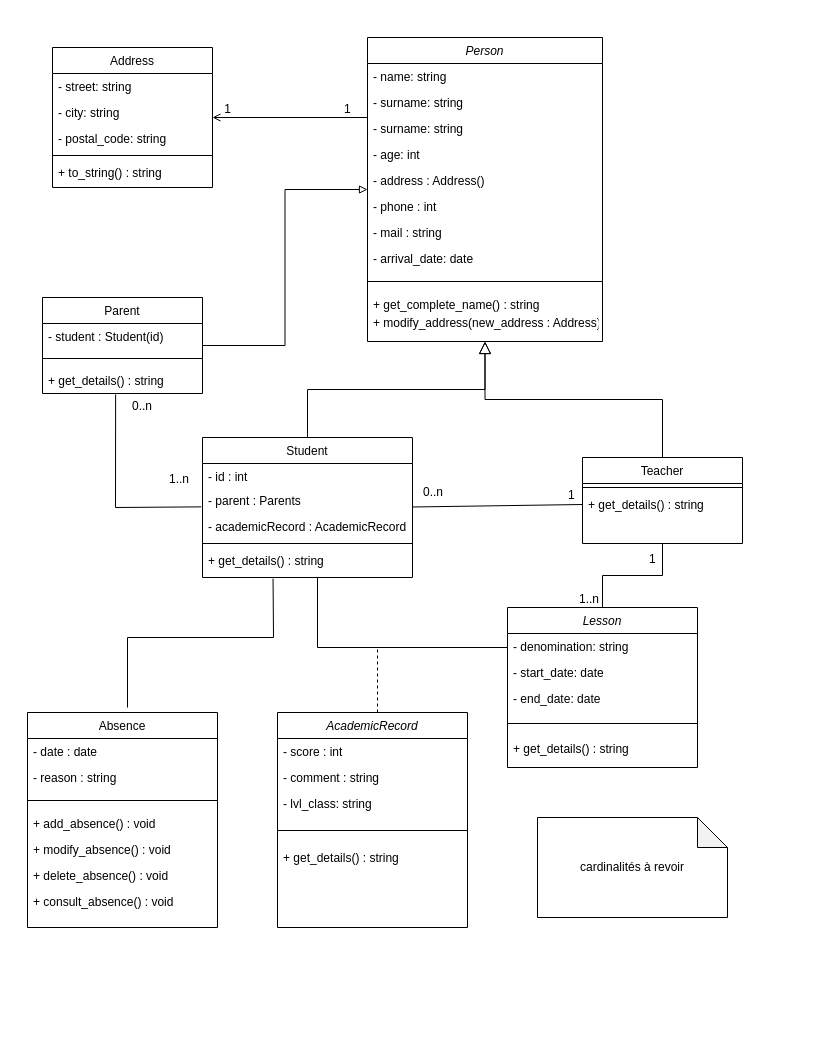
Before: doc/diagrammeClasse.drawio in MelissaHOA/EXO_Gestion_Ecole, a draw.io diagram. Source tidied: cells renumbered, new cells numbered last; positions are measured from the earlier drawing's top-left corner, leaving out a move shared by most shapes. Both pictures are drawn from the tidied source at 100%, with x=0, y=0 at pixel (27, 37).
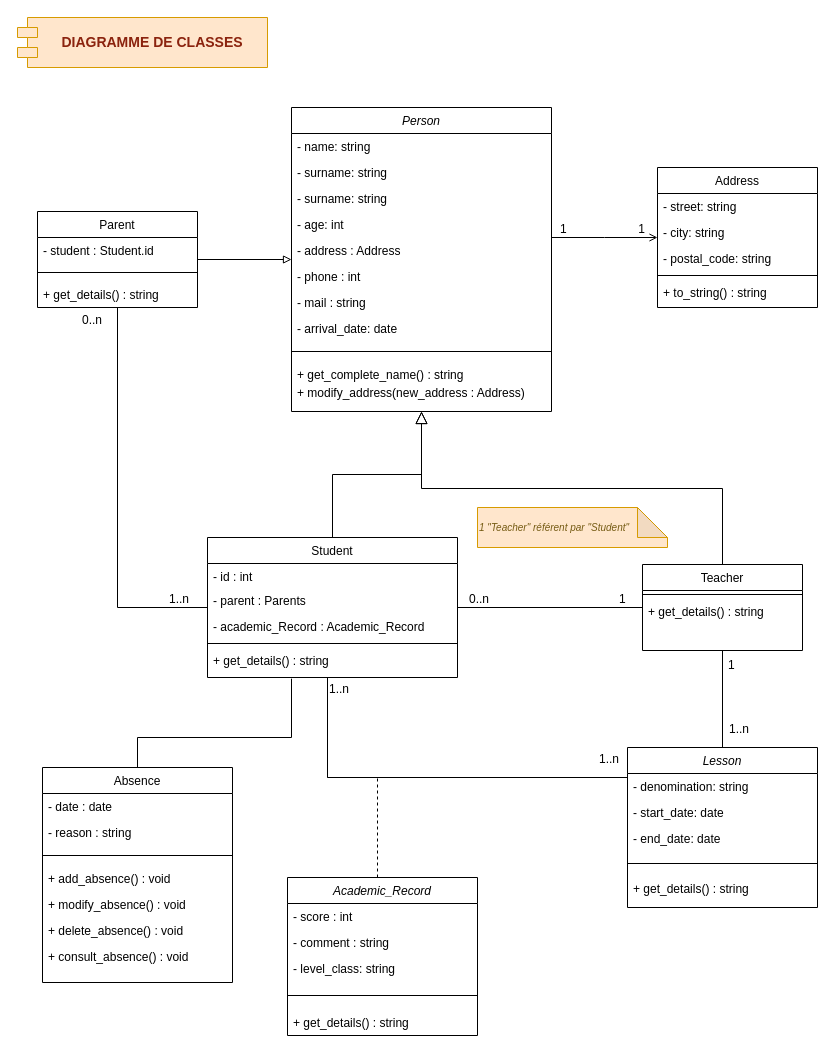
After the change.

Commit message:
Mettre à jour diagrammeClasse.drawio

Unchanged cells that the change refers to:
```xml
<mxCell id="23" value="+ get_details() : string" style="text;align=left;verticalAlign=top;spacingLeft=4;spacingRight=4;overflow=hidden;points=[[0,0.5],[1,0.5]];portConstraint=eastwest;" parent="21" vertex="1">
  <mxGeometry y="34" width="160" height="26" as="geometry" />
</mxCell>
<mxCell id="31" style="endArrow=open;shadow=0;strokeWidth=1;rounded=0;curved=0;endFill=1;edgeStyle=elbowEdgeStyle;elbow=vertical;" parent="1" edge="1" source="2" target="25">
  <mxGeometry x="0.5" y="41" relative="1" as="geometry">
    <mxPoint x="-40" y="32" as="offset" />
  </mxGeometry>
</mxCell>
<mxCell id="54" value="+ get_details() : string" style="text;align=left;verticalAlign=top;spacingLeft=4;spacingRight=4;overflow=hidden;points=[[0,0.5],[1,0.5]];portConstraint=eastwest;" parent="51" vertex="1">
  <mxGeometry y="70" width="160" height="26" as="geometry" />
</mxCell>
```

What changed in the source:
```diff
@@
     <mxCell id="2" value="Person" style="swimlane;fontStyle=2;align=center;verticalAlign=top;horizontal=1;startSize=26;rounded=0;shadow=0;strokeWidth=1;" parent="1" vertex="1">
-      <mxGeometry x="340" width="235" height="304" as="geometry" />
+      <mxGeometry x="264" y="70" width="260" height="304" as="geometry" />
     </mxCell>
     <mxCell id="3" value="- name: string" style="text;align=left;verticalAlign=top;spacingLeft=4;spacingRight=4;overflow=hidden;" parent="2" vertex="1">
-      <mxGeometry y="26" width="235" height="26" as="geometry" />
+      <mxGeometry y="26" width="260" height="26" as="geometry" />
     </mxCell>
     <mxCell id="4" value="- surname: string" style="text;align=left;verticalAlign=top;spacingLeft=4;spacingRight=4;overflow=hidden;rounded=0;shadow=0;html=0;" parent="2" vertex="1">
-      <mxGeometry y="52" width="235" height="26" as="geometry" />
+      <mxGeometry y="52" width="260" height="26" as="geometry" />
     </mxCell>
     <mxCell id="5" value="- surname: string" style="text;align=left;verticalAlign=top;spacingLeft=4;spacingRight=4;overflow=hidden;rounded=0;shadow=0;html=0;" parent="2" vertex="1">
-      <mxGeometry y="78" width="235" height="26" as="geometry" />
+      <mxGeometry y="78" width="260" height="26" as="geometry" />
     </mxCell>
     <mxCell id="6" value="- age: int&#10;&#10;" style="text;align=left;verticalAlign=top;spacingLeft=4;spacingRight=4;overflow=hidden;rounded=0;shadow=0;html=0;" parent="2" vertex="1">
-      <mxGeometry y="104" width="235" height="26" as="geometry" />
+      <mxGeometry y="104" width="260" height="26" as="geometry" />
     </mxCell>
-    <mxCell id="7" value="- address : Address()" style="text;align=left;verticalAlign=top;spacingLeft=4;spacingRight=4;overflow=hidden;rounded=0;shadow=0;html=0;" parent="2" vertex="1">
-      <mxGeometry y="130" width="235" height="26" as="geometry" />
+    <mxCell id="7" value="- address : Address" style="text;align=left;verticalAlign=top;spacingLeft=4;spacingRight=4;overflow=hidden;rounded=0;shadow=0;html=0;" parent="2" vertex="1">
+      <mxGeometry y="130" width="260" height="26" as="geometry" />
     </mxCell>
     <mxCell id="8" value="- phone : int" style="text;align=left;verticalAlign=top;spacingLeft=4;spacingRight=4;overflow=hidden;" parent="2" vertex="1">
-      <mxGeometry y="156" width="235" height="26" as="geometry" />
+      <mxGeometry y="156" width="260" height="26" as="geometry" />
     </mxCell>
     <mxCell id="9" value="- mail : string" style="text;align=left;verticalAlign=top;spacingLeft=4;spacingRight=4;overflow=hidden;" parent="2" vertex="1">
-      <mxGeometry y="182" width="235" height="26" as="geometry" />
+      <mxGeometry y="182" width="260" height="26" as="geometry" />
     </mxCell>
     <mxCell id="10" value="- arrival_date: date" style="text;align=left;verticalAlign=top;spacingLeft=4;spacingRight=4;overflow=hidden;rounded=0;shadow=0;html=0;" parent="2" vertex="1">
-      <mxGeometry y="208" width="235" height="26" as="geometry" />
+      <mxGeometry y="208" width="260" height="26" as="geometry" />
     </mxCell>
     <mxCell id="11" style="line;html=1;strokeWidth=1;align=left;verticalAlign=middle;spacingTop=-1;spacingLeft=3;spacingRight=3;labelPosition=right;" parent="2" vertex="1">
-      <mxGeometry y="234" width="235" height="20" as="geometry" />
+      <mxGeometry y="234" width="260" height="20" as="geometry" />
     </mxCell>
     <mxCell id="12" value="+ get_complete_name() : string" style="text;align=left;verticalAlign=top;spacingLeft=4;spacingRight=4;overflow=hidden;" parent="2" vertex="1">
-      <mxGeometry y="254" width="235" height="18" as="geometry" />
+      <mxGeometry y="254" width="260" height="18" as="geometry" />
     </mxCell>
     <mxCell id="13" value="+ modify_address(new_address : Address)" style="text;align=left;verticalAlign=top;spacingLeft=4;spacingRight=4;overflow=hidden;" parent="2" vertex="1">
-      <mxGeometry y="272" width="235" height="32" as="geometry" />
+      <mxGeometry y="272" width="260" height="32" as="geometry" />
     </mxCell>
     <mxCell id="14" value="Student" style="swimlane;fontStyle=0;align=center;verticalAlign=top;horizontal=1;startSize=26;rounded=0;shadow=0;strokeWidth=1;" parent="1" vertex="1">
-      <mxGeometry x="175" y="400" width="210" height="140" as="geometry" />
+      <mxGeometry x="180" y="500" width="250" height="140" as="geometry" />
     </mxCell>
     <mxCell id="15" value="- id : int" style="text;align=left;verticalAlign=top;spacingLeft=4;spacingRight=4;overflow=hidden;" parent="14" vertex="1">
-      <mxGeometry y="26" width="210" height="24" as="geometry" />
+      <mxGeometry y="26" width="250" height="24" as="geometry" />
     </mxCell>
     <mxCell id="16" value="- parent : Parents" style="text;align=left;verticalAlign=top;spacingLeft=4;spacingRight=4;overflow=hidden;points=[[0,0.5],[1,0.5]];portConstraint=eastwest;" parent="14" vertex="1">
-      <mxGeometry y="50" width="210" height="26" as="geometry" />
+      <mxGeometry y="50" width="250" height="26" as="geometry" />
     </mxCell>
-    <mxCell id="17" value="- academicRecord : AcademicRecord" style="text;align=left;verticalAlign=top;spacingLeft=4;spacingRight=4;overflow=hidden;" parent="14" vertex="1">
-      <mxGeometry y="76" width="210" height="26" as="geometry" />
+    <mxCell id="17" value="- academic_Record : Academic_Record" style="text;align=left;verticalAlign=top;spacingLeft=4;spacingRight=4;overflow=hidden;" parent="14" vertex="1">
+      <mxGeometry y="76" width="250" height="26" as="geometry" />
     </mxCell>
     <mxCell id="18" style="line;html=1;strokeWidth=1;align=left;verticalAlign=middle;spacingTop=-1;spacingLeft=3;spacingRight=3;labelPosition=right;" parent="14" vertex="1">
-      <mxGeometry y="102" width="210" height="8" as="geometry" />
+      <mxGeometry y="102" width="250" height="8" as="geometry" />
     </mxCell>
     <mxCell id="19" value="+ get_details() : string" style="text;align=left;verticalAlign=top;spacingLeft=4;spacingRight=4;overflow=hidden;points=[[0,0.5],[1,0.5]];portConstraint=eastwest;" parent="14" vertex="1">
-      <mxGeometry y="110" width="210" height="30" as="geometry" />
+      <mxGeometry y="110" width="250" height="30" as="geometry" />
     </mxCell>
@@
     <mxCell id="21" value="Teacher" style="swimlane;fontStyle=0;align=center;verticalAlign=top;horizontal=1;startSize=26;rounded=0;shadow=0;strokeWidth=1;" parent="1" vertex="1">
-      <mxGeometry x="555" y="420" width="160" height="86" as="geometry" />
+      <mxGeometry x="615" y="527" width="160" height="86" as="geometry" />
     </mxCell>
@@
     <mxCell id="25" value="Address" style="swimlane;fontStyle=0;align=center;verticalAlign=top;horizontal=1;startSize=26;rounded=0;shadow=0;strokeWidth=1;" parent="1" vertex="1">
-      <mxGeometry x="25" y="10" width="160" height="140" as="geometry" />
+      <mxGeometry x="630" y="130" width="160" height="140" as="geometry" />
     </mxCell>
@@
     <mxCell id="32" value="1" style="align=left;verticalAlign=bottom;labelBackgroundColor=none;fontSize=12;" parent="31" vertex="1">
       <mxGeometry x="-1" relative="1" as="geometry">
-        <mxPoint x="-25" as="offset" />
+        <mxPoint x="7" as="offset" />
       </mxGeometry>
     </mxCell>
     <mxCell id="33" value="1" style="align=right;verticalAlign=bottom;labelBackgroundColor=none;fontSize=12;" parent="31" vertex="1">
       <mxGeometry x="1" relative="1" as="geometry">
-        <mxPoint x="20" as="offset" />
+        <mxPoint x="-11" as="offset" />
       </mxGeometry>
     </mxCell>
@@
     <mxCell id="35" style="edgeStyle=orthogonalEdgeStyle;rounded=0;jettySize=auto;html=1;endArrow=none;endFill=0;" parent="1" edge="1" source="36" target="14">
       <mxGeometry relative="1" as="geometry">
         <Array as="points">
-          <mxPoint x="290" y="610" />
+          <mxPoint x="300" y="740" />
         </Array>
       </mxGeometry>
     </mxCell>
     <mxCell id="36" value="Lesson" style="swimlane;fontStyle=2;align=center;verticalAlign=top;horizontal=1;startSize=26;rounded=0;shadow=0;strokeWidth=1;" parent="1" vertex="1">
-      <mxGeometry x="480" y="570" width="190" height="160" as="geometry" />
+      <mxGeometry x="600" y="710" width="190" height="160" as="geometry" />
     </mxCell>
@@
     <mxCell id="42" value="Absence" style="swimlane;fontStyle=0;align=center;verticalAlign=top;horizontal=1;startSize=26;rounded=0;shadow=0;strokeWidth=1;" parent="1" vertex="1">
-      <mxGeometry y="675" width="190" height="215" as="geometry" />
+      <mxGeometry x="15" y="730" width="190" height="215" as="geometry" />
     </mxCell>
@@
     <mxCell id="51" value="Parent" style="swimlane;fontStyle=0;align=center;verticalAlign=top;horizontal=1;startSize=26;rounded=0;shadow=0;strokeWidth=1;" parent="1" vertex="1">
-      <mxGeometry x="15" y="260" width="160" height="96" as="geometry" />
+      <mxGeometry x="10" y="174" width="160" height="96" as="geometry" />
     </mxCell>
-    <mxCell id="52" value="- student : Student(id)" style="text;align=left;verticalAlign=top;spacingLeft=4;spacingRight=4;overflow=hidden;" parent="51" vertex="1">
+    <mxCell id="52" value="- student : Student.id" style="text;align=left;verticalAlign=top;spacingLeft=4;spacingRight=4;overflow=hidden;" parent="51" vertex="1">
       <mxGeometry y="26" width="160" height="26" as="geometry" />
     </mxCell>
@@
     <mxCell id="55" style="edgeStyle=orthogonalEdgeStyle;rounded=0;jettySize=auto;html=1;endArrow=none;endFill=0;dashed=1;" parent="1" edge="1" source="56" target="14">
       <mxGeometry relative="1" as="geometry">
         <Array as="points">
-          <mxPoint x="350" y="610" />
-          <mxPoint x="290" y="610" />
+          <mxPoint x="350" y="740" />
+          <mxPoint x="300" y="740" />
         </Array>
       </mxGeometry>
     </mxCell>
-    <mxCell id="56" value="AcademicRecord" style="swimlane;fontStyle=2;align=center;verticalAlign=top;horizontal=1;startSize=26;rounded=0;shadow=0;strokeWidth=1;" parent="1" vertex="1">
-      <mxGeometry x="250" y="675" width="190" height="215" as="geometry" />
+    <mxCell id="56" value="Academic_Record" style="swimlane;fontStyle=2;align=center;verticalAlign=top;horizontal=1;startSize=26;rounded=0;shadow=0;strokeWidth=1;" parent="1" vertex="1">
+      <mxGeometry x="260" y="840" width="190" height="158" as="geometry" />
     </mxCell>
@@
-    <mxCell id="59" value="- lvl_class: string" style="text;align=left;verticalAlign=top;spacingLeft=4;spacingRight=4;overflow=hidden;" parent="56" vertex="1">
+    <mxCell id="59" value="- level_class: string" style="text;align=left;verticalAlign=top;spacingLeft=4;spacingRight=4;overflow=hidden;" parent="56" vertex="1">
       <mxGeometry y="78" width="190" height="26" as="geometry" />
     </mxCell>
@@
     <mxCell id="62" value="1..n" style="align=left;verticalAlign=bottom;labelBackgroundColor=none;fontSize=12;direction=south;" parent="1" vertex="1">
-      <mxGeometry x="140" y="450" as="geometry" />
+      <mxGeometry x="140" y="570" as="geometry" />
     </mxCell>
     <mxCell id="63" value="0..n" style="align=left;verticalAlign=bottom;labelBackgroundColor=none;fontSize=12;" parent="1" vertex="1">
-      <mxGeometry x="160" y="460" as="geometry">
+      <mxGeometry x="110" y="374" as="geometry">
         <mxPoint x="-57" y="-83" as="offset" />
       </mxGeometry>
     </mxCell>
-    <mxCell id="64" style="endArrow=none;html=1;rounded=0;entryX=0.457;entryY=1.038;entryDx=0;entryDy=0;entryPerimeter=0;exitX=-0.006;exitY=0.745;exitDx=0;exitDy=0;exitPerimeter=0;startArrow=none;startFill=0;" parent="1" edge="1" source="16" target="54">
-      <mxGeometry relative="1" as="geometry">
-        <Array as="points">
-          <mxPoint x="88" y="470" />
-        </Array>
-      </mxGeometry>
-    </mxCell>
-    <mxCell id="65" style="endArrow=none;html=1;rounded=0;entryX=0.336;entryY=1.039;entryDx=0;entryDy=0;entryPerimeter=0;" parent="1" edge="1" target="19">
+    <mxCell id="65" style="endArrow=none;html=1;rounded=0;entryX=0.336;entryY=1.039;entryDx=0;entryDy=0;entryPerimeter=0;" parent="1" edge="1" source="42" target="19">
       <mxGeometry relative="1" as="geometry">
-        <mxPoint x="100" y="670" as="sourcePoint" />
         <Array as="points">
-          <mxPoint x="100" y="600" />
-          <mxPoint x="246" y="600" />
+          <mxPoint x="110" y="700" />
+          <mxPoint x="264" y="700" />
         </Array>
       </mxGeometry>
     </mxCell>
-    <mxCell id="66" value="1..n" style="align=left;verticalAlign=bottom;labelBackgroundColor=none;fontSize=12;direction=south;" parent="1" vertex="1">
-      <mxGeometry x="550" y="570" as="geometry" />
+    <mxCell id="66" value="1..n" style="align=left;verticalAlign=bottom;labelBackgroundColor=none;fontSize=12;direction=west;" parent="1" vertex="1">
+      <mxGeometry x="700" y="700" as="geometry" />
     </mxCell>
-    <mxCell id="67" value="1" style="align=left;verticalAlign=bottom;labelBackgroundColor=none;fontSize=12;direction=south;" parent="1" vertex="1">
-      <mxGeometry x="620" y="530" as="geometry" />
+    <mxCell id="67" value="1" style="align=left;verticalAlign=bottom;labelBackgroundColor=none;fontSize=12;direction=west;" parent="1" vertex="1">
+      <mxGeometry x="590" y="570" as="geometry" />
     </mxCell>
-    <mxCell id="68" style="endArrow=none;html=1;rounded=0;exitX=0.998;exitY=0.75;exitDx=0;exitDy=0;exitPerimeter=0;entryX=0;entryY=0.5;entryDx=0;entryDy=0;" parent="1" edge="1" source="16" target="23">
-      <mxGeometry relative="1" as="geometry" />
-    </mxCell>
     <mxCell id="69" value="1" style="align=left;verticalAlign=bottom;labelBackgroundColor=none;fontSize=12;direction=south;" parent="1" vertex="1">
-      <mxGeometry x="630" y="540" as="geometry">
+      <mxGeometry x="790" y="710" as="geometry">
         <mxPoint x="-91" y="-74" as="offset" />
       </mxGeometry>
     </mxCell>
     <mxCell id="70" value="0..n" style="align=left;verticalAlign=bottom;labelBackgroundColor=none;fontSize=12;direction=south;" parent="1" vertex="1">
-      <mxGeometry x="394" y="463" as="geometry" />
+      <mxGeometry x="440" y="570" as="geometry" />
     </mxCell>
-    <mxCell id="71" value="&lt;br&gt;cardinalités à revoir&lt;div&gt;&lt;br&gt;&lt;/div&gt;" style="shape=note;whiteSpace=wrap;html=1;backgroundOutline=1;darkOpacity=0.05;" parent="1" vertex="1">
-      <mxGeometry x="510" y="780" width="190" height="100" as="geometry" />
+    <mxCell id="71" value="&lt;div style=&quot;font-size: 10px;&quot;&gt;1 &quot;Teacher&quot; référent par &quot;Student&quot;&lt;/div&gt;" style="shape=note;whiteSpace=wrap;html=1;backgroundOutline=1;darkOpacity=0.05;align=left;fillColor=#ffe6cc;strokeColor=#d79b00;fontSize=10;fontStyle=2;fontColor=#755B13;" parent="1" vertex="1">
+      <mxGeometry x="450" y="470" width="190" height="40" as="geometry" />
     </mxCell>
+    <mxCell id="72" value="&lt;div style=&quot;font-size: 14px;&quot;&gt;&lt;span style=&quot;background-color: initial;&quot;&gt;&lt;font color=&quot;#8b230e&quot;&gt;DIAGRAMME DE CLASSES&lt;/font&gt;&lt;/span&gt;&lt;br&gt;&lt;/div&gt;" style="shape=module;align=left;spacingLeft=20;align=center;verticalAlign=middle;whiteSpace=wrap;html=1;fillColor=#ffe6cc;strokeColor=#d79b00;fontStyle=1;fontSize=14;fontColor=#2d678b;" parent="1" vertex="1">
+      <mxGeometry x="-10" y="-20" width="250" height="50" as="geometry" />
+    </mxCell>
+    <mxCell id="73" value="1..n" style="align=left;verticalAlign=bottom;labelBackgroundColor=none;fontSize=12;direction=west;" parent="1" vertex="1">
+      <mxGeometry x="300" y="660" as="geometry" />
+    </mxCell>
+    <mxCell id="74" value="1..n" style="align=left;verticalAlign=bottom;labelBackgroundColor=none;fontSize=12;direction=west;" parent="1" vertex="1">
+      <mxGeometry x="570" y="730" as="geometry" />
+    </mxCell>
+    <mxCell id="75" style="endArrow=none;html=1;rounded=0;" parent="1" edge="1" source="14" target="21">
+      <mxGeometry relative="1" as="geometry" />
+    </mxCell>
+    <mxCell id="76" style="endArrow=none;html=1;rounded=0;" parent="1" edge="1" source="14" target="51">
+      <mxGeometry relative="1" as="geometry">
+        <Array as="points">
+          <mxPoint x="90" y="570" />
+        </Array>
+      </mxGeometry>
+    </mxCell>
```
